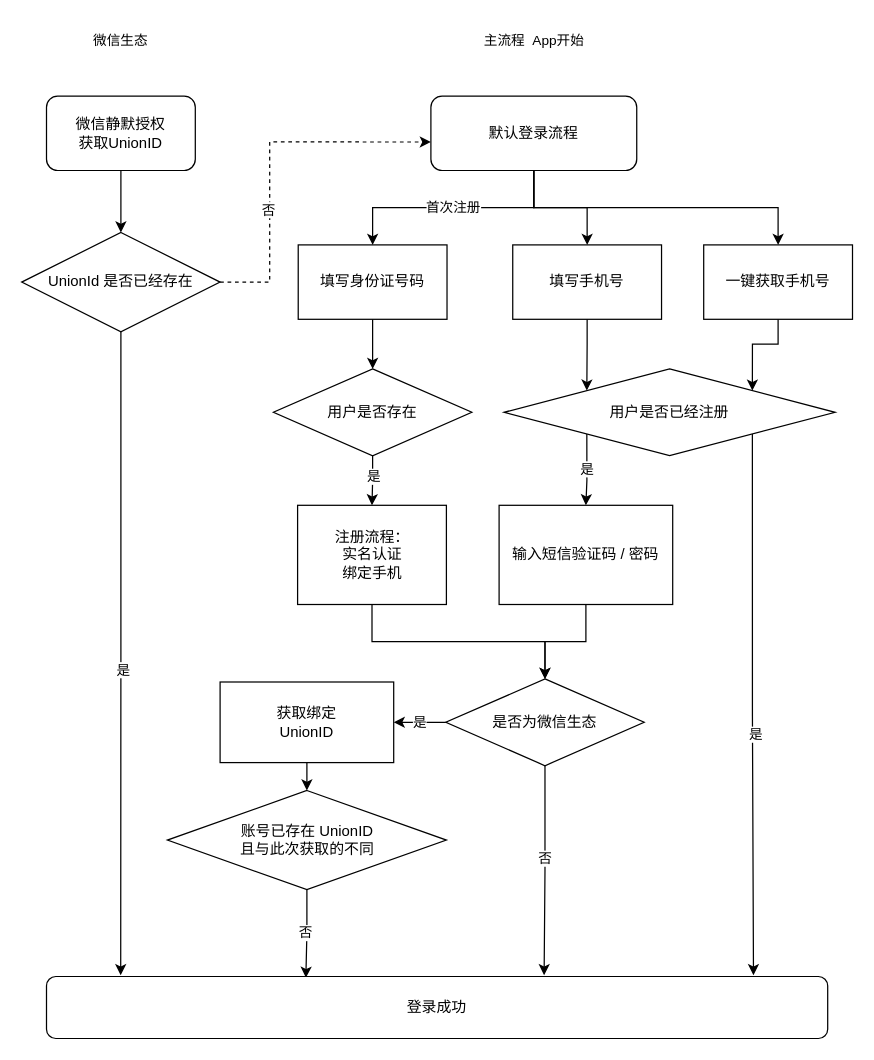
The draw.io diagram drawio/hanyi.drawio in nilye/doodles, before the edit. Source tidied: cells renumbered, new cells numbered last; positions are measured from the earlier drawing's top-left corner, leaving out a move shared by most shapes. Both pictures are drawn from the tidied source at 124%, with x=0, y=0 at pixel (21, 21).
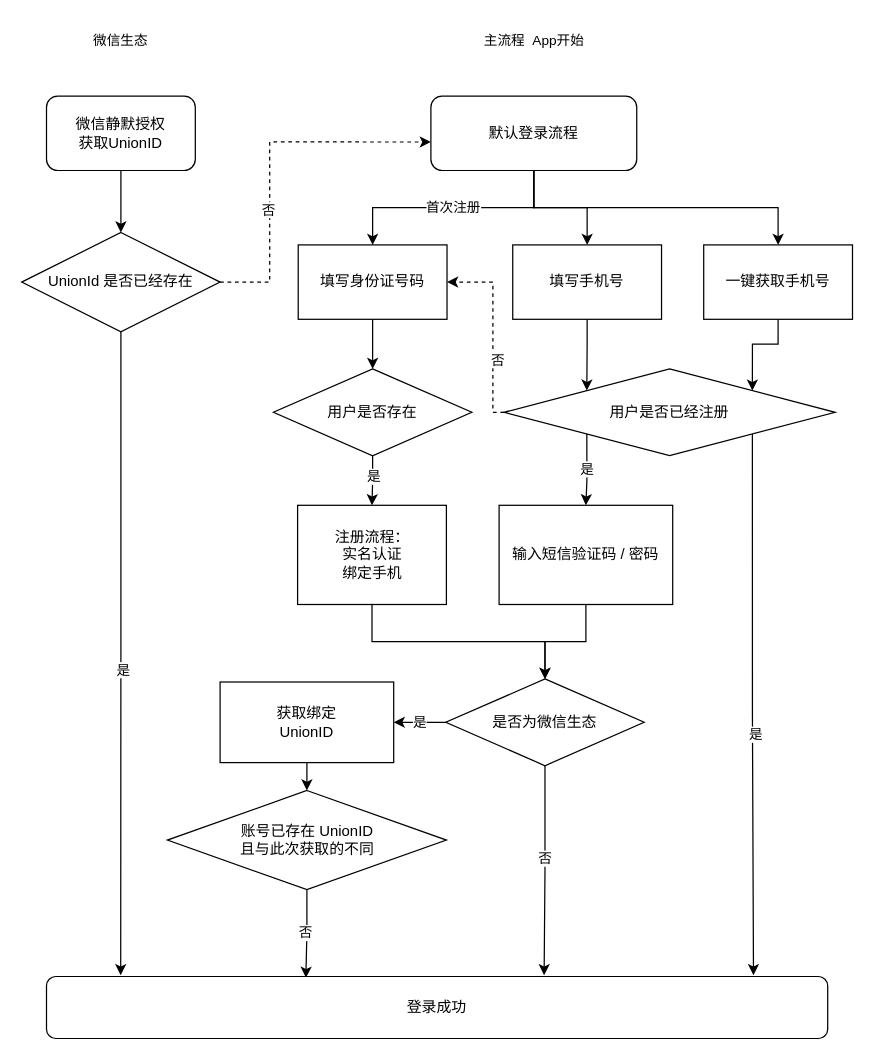
The same page after the edit.

Unchanged cells that the change refers to:
```xml
<mxCell id="14" value="填写身份证号码" style="rounded=0;whiteSpace=wrap;html=1;" parent="1" vertex="1">
  <mxGeometry x="223" y="180" width="120" height="60" as="geometry" />
</mxCell>
<mxCell id="23" value="用户是否已经注册" style="rhombus;whiteSpace=wrap;html=1;" parent="1" vertex="1">
  <mxGeometry x="389" y="280" width="267" height="70" as="geometry" />
</mxCell>
```

What changed in the source:
```diff
@@
+    <mxCell id="41" style="edgeStyle=orthogonalEdgeStyle;rounded=0;jettySize=auto;html=1;entryX=1;entryY=0.5;entryDx=0;entryDy=0;fontSize=11;dashed=1;" parent="1" edge="1" source="23" target="14">
+      <mxGeometry relative="1" as="geometry">
+        <Array as="points">
+          <mxPoint x="380" y="315" />
+          <mxPoint x="380" y="210" />
+        </Array>
+      </mxGeometry>
+    </mxCell>
+    <mxCell id="42" value="否" style="edgeLabel;html=1;align=center;verticalAlign=middle;fontSize=11;" parent="41" vertex="1">
+      <mxGeometry x="-0.31" y="-3" relative="1" as="geometry" />
+    </mxCell>
```
